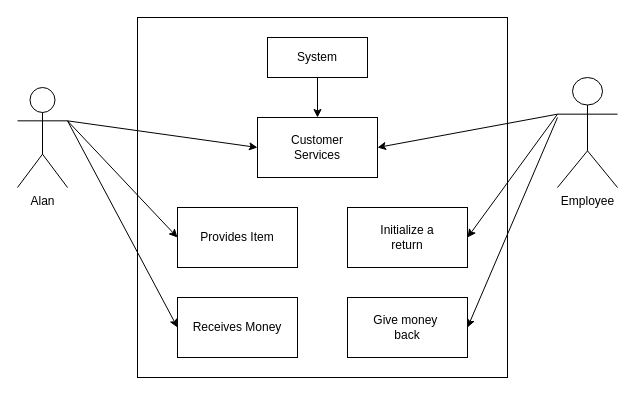
Before: Diagrams/CSC648UseCase12.drawio in isaipd20/Diagrams, a draw.io diagram. Source tidied: cells renumbered, new cells numbered last; positions are measured from the earlier drawing's top-left corner, leaving out a move shared by most shapes. Both pictures are drawn from the tidied source at 100%, with x=0, y=0 at pixel (17, 17).
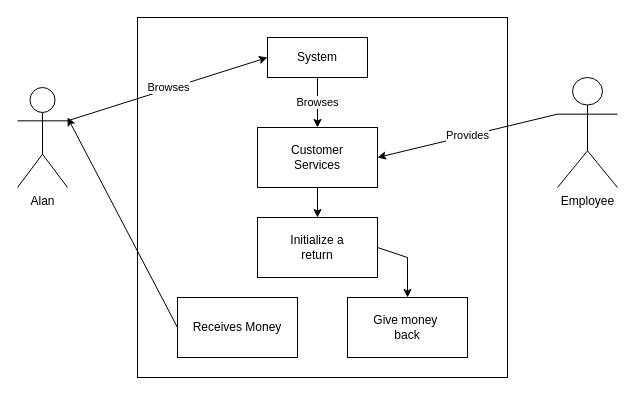
The same page after the edit.

Commit message:
Update CSC648UseCase12

The edit, as a diff of the source:
```diff
@@
 <mxGraphModel>
   <root>
     <mxCell id="0" />
     <mxCell id="1" parent="0" />
     <mxCell id="2" style="rounded=0;whiteSpace=wrap;html=1;" parent="1" vertex="1">
       <mxGeometry x="120" width="370" height="360" as="geometry" />
     </mxCell>
     <mxCell id="3" value="Alan" style="shape=umlActor;verticalLabelPosition=bottom;verticalAlign=top;html=1;outlineConnect=0;" parent="1" vertex="1">
       <mxGeometry y="70" width="50" height="100" as="geometry" />
     </mxCell>
     <mxCell id="4" value="System" style="rounded=0;whiteSpace=wrap;html=1;" parent="1" vertex="1">
       <mxGeometry x="250" y="20" width="100" height="40" as="geometry" />
     </mxCell>
-    <mxCell id="5" style="endArrow=classic;html=1;rounded=0;exitX=1;exitY=0.3333333333333333;exitDx=0;exitDy=0;exitPerimeter=0;entryX=0;entryY=0.5;entryDx=0;entryDy=0;" parent="1" edge="1" source="3" target="6">
+    <mxCell id="5" style="endArrow=classic;html=1;rounded=0;exitX=1;exitY=0.3333333333333333;exitDx=0;exitDy=0;exitPerimeter=0;entryX=0;entryY=0.5;entryDx=0;entryDy=0;" parent="1" edge="1" source="3" target="4">
       <mxGeometry relative="1" as="geometry" />
     </mxCell>
+    <mxCell id="18" value="Browses" style="edgeLabel;html=1;align=center;verticalAlign=middle;" parent="5" vertex="1">
+      <mxGeometry x="-0.48" y="1" relative="1" as="geometry">
+        <mxPoint x="48" y="-16" as="offset" />
+      </mxGeometry>
+    </mxCell>
     <mxCell id="6" value="Customer&lt;br&gt;Services" style="rounded=0;whiteSpace=wrap;html=1;" parent="1" vertex="1">
-      <mxGeometry x="240" y="100" width="120" height="60" as="geometry" />
+      <mxGeometry x="240" y="110" width="120" height="60" as="geometry" />
     </mxCell>
-    <mxCell id="7" style="endArrow=classic;html=1;rounded=0;exitX=0.5;exitY=1;exitDx=0;exitDy=0;entryX=0.5;entryY=0;entryDx=0;entryDy=0;" parent="1" edge="1" source="4" target="6">
+    <mxCell id="7" value="Browses" style="endArrow=classic;html=1;rounded=0;exitX=0.5;exitY=1;exitDx=0;exitDy=0;entryX=0.5;entryY=0;entryDx=0;entryDy=0;" parent="1" edge="1" source="4" target="6">
       <mxGeometry relative="1" as="geometry" />
     </mxCell>
     <mxCell id="8" value="Employee" style="shape=umlActor;verticalLabelPosition=bottom;verticalAlign=top;html=1;outlineConnect=0;" parent="1" vertex="1">
       <mxGeometry x="540" y="60" width="60" height="110" as="geometry" />
     </mxCell>
-    <mxCell id="9" style="endArrow=classic;html=1;rounded=0;exitX=0;exitY=0.3333333333333333;exitDx=0;exitDy=0;exitPerimeter=0;entryX=1;entryY=0.5;entryDx=0;entryDy=0;" parent="1" edge="1" source="8" target="6">
+    <mxCell id="9" value="Provides" style="endArrow=classic;html=1;rounded=0;exitX=0;exitY=0.3333333333333333;exitDx=0;exitDy=0;exitPerimeter=0;entryX=1;entryY=0.5;entryDx=0;entryDy=0;" parent="1" edge="1" source="8" target="6">
       <mxGeometry relative="1" as="geometry" />
     </mxCell>
-    <mxCell id="10" value="Provides Item" style="rounded=0;whiteSpace=wrap;html=1;" parent="1" vertex="1">
-      <mxGeometry x="160" y="190" width="120" height="60" as="geometry" />
-    </mxCell>
     <mxCell id="11" value="Receives Money" style="rounded=0;whiteSpace=wrap;html=1;" parent="1" vertex="1">
       <mxGeometry x="160" y="280" width="120" height="60" as="geometry" />
     </mxCell>
     <mxCell id="12" value="Initialize a&lt;br&gt;return" style="rounded=0;whiteSpace=wrap;html=1;" parent="1" vertex="1">
-      <mxGeometry x="330" y="190" width="120" height="60" as="geometry" />
+      <mxGeometry x="240" y="200" width="120" height="60" as="geometry" />
     </mxCell>
     <mxCell id="13" value="Give money&amp;nbsp;&lt;br&gt;back" style="rounded=0;whiteSpace=wrap;html=1;" parent="1" vertex="1">
       <mxGeometry x="330" y="280" width="120" height="60" as="geometry" />
     </mxCell>
-    <mxCell id="14" style="endArrow=classic;html=1;rounded=0;exitX=1;exitY=0.3333333333333333;exitDx=0;exitDy=0;exitPerimeter=0;entryX=0;entryY=0.5;entryDx=0;entryDy=0;" parent="1" edge="1" source="3" target="10">
-      <mxGeometry relative="1" as="geometry" />
-    </mxCell>
-    <mxCell id="15" style="endArrow=classic;html=1;rounded=0;exitX=1;exitY=0.3333333333333333;exitDx=0;exitDy=0;exitPerimeter=0;entryX=0;entryY=0.5;entryDx=0;entryDy=0;" parent="1" edge="1" source="3" target="11">
-      <mxGeometry relative="1" as="geometry" />
-    </mxCell>
-    <mxCell id="16" style="endArrow=classic;html=1;rounded=0;exitX=0;exitY=0.3333333333333333;exitDx=0;exitDy=0;exitPerimeter=0;entryX=1;entryY=0.5;entryDx=0;entryDy=0;" parent="1" edge="1" source="8" target="12">
-      <mxGeometry relative="1" as="geometry" />
-    </mxCell>
-    <mxCell id="17" style="endArrow=classic;html=1;rounded=0;entryX=1;entryY=0.5;entryDx=0;entryDy=0;" parent="1" edge="1" target="13">
-      <mxGeometry relative="1" as="geometry">
-        <mxPoint x="540" y="100" as="sourcePoint" />
-      </mxGeometry>
-    </mxCell>
+    <mxCell id="19" style="endArrow=classic;html=1;rounded=0;exitX=0.5;exitY=1;exitDx=0;exitDy=0;entryX=0.5;entryY=0;entryDx=0;entryDy=0;" parent="1" edge="1" source="6" target="12">
+      <mxGeometry relative="1" as="geometry" />
+    </mxCell>
+    <mxCell id="20" style="endArrow=classic;html=1;rounded=0;exitX=0;exitY=0.5;exitDx=0;exitDy=0;" parent="1" edge="1" source="11">
+      <mxGeometry relative="1" as="geometry">
+        <mxPoint x="50" y="100" as="targetPoint" />
+      </mxGeometry>
+    </mxCell>
+    <mxCell id="21" style="endArrow=classic;html=1;rounded=0;exitX=1;exitY=0.5;exitDx=0;exitDy=0;entryX=0.5;entryY=0;entryDx=0;entryDy=0;" parent="1" edge="1" source="12" target="13">
+      <mxGeometry relative="1" as="geometry">
+        <Array as="points">
+          <mxPoint x="390" y="240" />
+        </Array>
+      </mxGeometry>
+    </mxCell>
   </root>
 </mxGraphModel>
```
